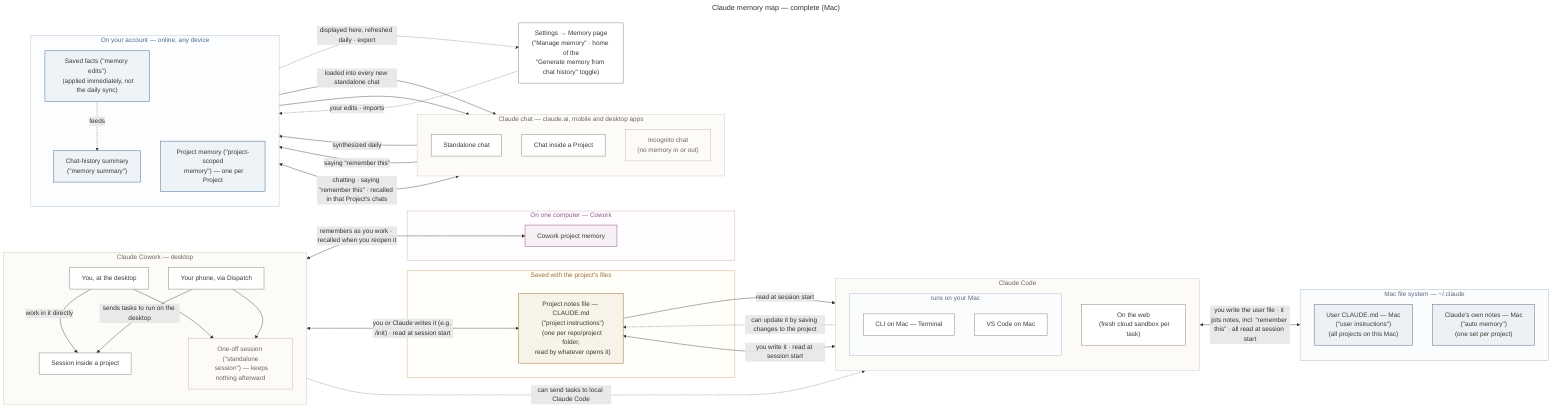
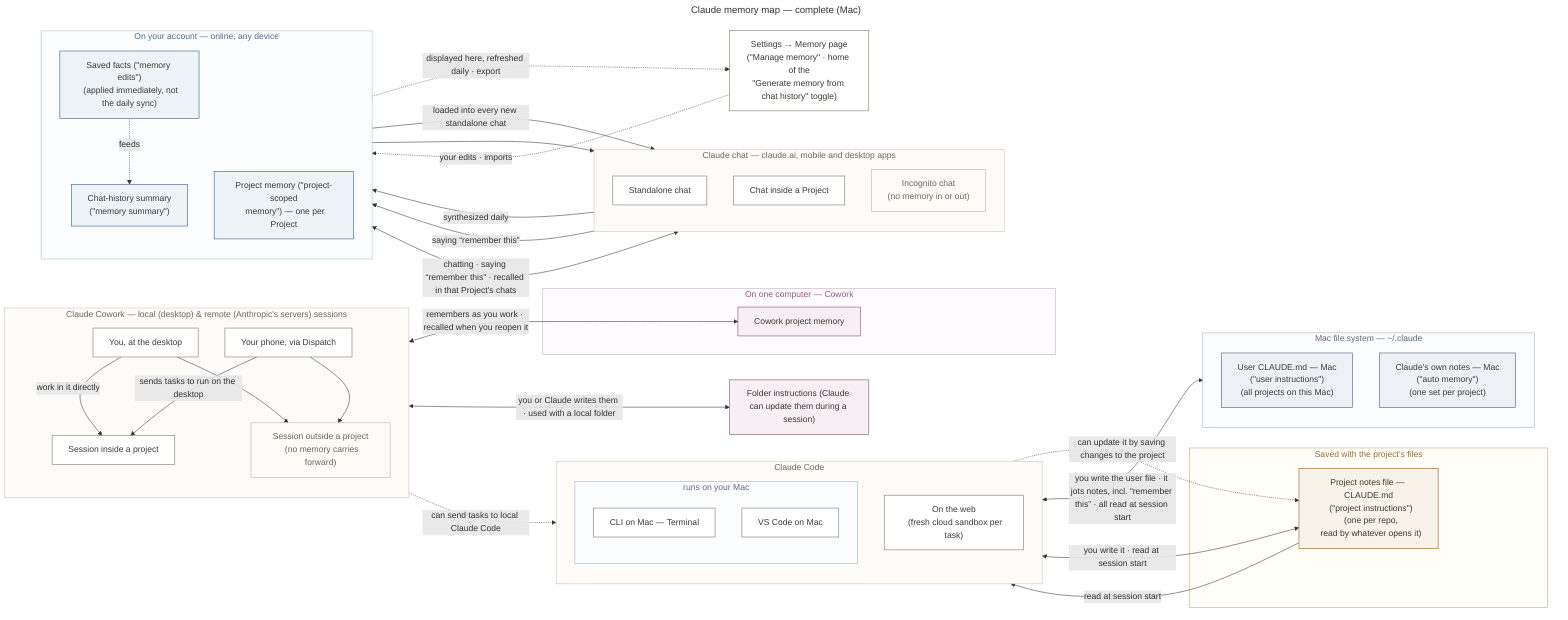
---
title: "Claude memory map — complete (Mac)"
---
flowchart LR

subgraph CHAT["Claude chat — claude.ai, mobile and desktop apps"]
direction TB
  C1["Standalone chat"]
  C2["Chat inside a Project"]
  C3["Incognito chat
  (no memory in or out)"]
end

subgraph ACCT["On your account — online, any device"]
direction TB
  S1["Saved facts (&quot;memory edits&quot;)
  (applied immediately, not the daily sync)"]
  S2["Chat-history summary
  (&quot;memory summary&quot;)"]
  S3["Project memory (&quot;project-scoped
  memory&quot;) — one per Project"]
end

SET["Settings → Memory page
(&quot;Manage memory&quot; · home of the
&quot;Generate memory from chat history&quot; toggle)"]

subgraph CODE["Claude Code"]
direction TB

  subgraph MACSIDE["runs on your Mac"]
  direction TB
    K6["CLI on Mac — Terminal"]
    K7["VS Code on Mac"]
  end

  C5["On the web
  (fresh cloud sandbox per task)"]
end

subgraph REPO["Saved with the project's files"]
  S4["Project notes file — CLAUDE.md
  (&quot;project instructions&quot;)
-   (one per repo/project folder,
+   (one per repo,
  read by whatever opens it)"]
end

subgraph MACFS["Mac file system — ~/.claude"]
direction TB
  M1["User CLAUDE.md — Mac
  (&quot;user instructions&quot;)
  (all projects on this Mac)"]
  M2["Claude's own notes — Mac
  (&quot;auto memory&quot;)
  (one set per project)"]
end

- subgraph CW["Claude Cowork — desktop"]
+ subgraph CW["Claude Cowork — local (desktop) & remote (Anthropic's servers) sessions"]
direction TB
  YOU["You, at the desktop"]
  C8["Your phone, via Dispatch"]
  C6["Session inside a project"]
-   C7["One-off session (&quot;standalone
-   session&quot;) — keeps nothing afterward"]
+   C7["Session outside a project
+   (no memory carries forward)"]
end

subgraph CWLOC["On one computer — Cowork"]
  S7["Cowork project memory"]
end
+ 
+ S9["Folder instructions (Claude can update them during a session)"]

C1 -- "synthesized daily" --> S2
C1 -- "saying “remember this”" --> S1
S1 -. "feeds" .-> S2
S2 -- "loaded into every new standalone chat" --> C1
S1 --> C1
C2 <-- "chatting · saying “remember this” · recalled in that Project's chats" --> S3
S2 -. "displayed here, refreshed daily · export" .-> SET
SET -. "your edits · imports" .-> S1

MACSIDE <-- "you write the user file · it jots notes, incl. “remember this” · all read at session start" --> MACFS
MACSIDE <-- "you write it · read at session start" --> S4

S4 -- "read at session start" --> C5
C5 -. "can update it by saving changes to the project" .-> S4

C6 <-- "remembers as you work · recalled when you reopen it" --> S7
YOU -- "work in it directly" --> C6
YOU --> C7
C8 -- "sends tasks to run on the desktop" --> C6
C8 --> C7

- CW <-- "you or Claude writes it (e.g. /init) · read at session start" --> S4
+ CW <-- "you or Claude writes them · used with a local folder" --> S9

C8 -. "can send tasks to local Claude Code" .-> MACSIDE

classDef ctx fill:#FFFFFF,stroke:#8A8478,stroke-width:1.2px,color:#3D3A34
classDef quiet fill:#FDFBF7,stroke:#B7B1A4,stroke-width:1px,color:#6B675E
classDef acct fill:#EEF3F8,stroke:#4A6B8F,stroke-width:1.2px,color:#3D3A34
classDef repo fill:#F7F3E8,stroke:#9A6F33,stroke-width:1.2px,color:#3D3A34
classDef wsl fill:#EFF5F0,stroke:#54805C,stroke-width:1.2px,color:#3D3A34
classDef win fill:#FBF0EC,stroke:#B06A4F,stroke-width:1.2px,color:#3D3A34
classDef mac fill:#EDF1F5,stroke:#5B6B7F,stroke-width:1.2px,color:#3D3A34
classDef cwloc fill:#F6EFF4,stroke:#8F5C82,stroke-width:1.2px,color:#3D3A34
class C1,C2,K6,K7,C5,C6,C8,YOU,SET ctx
class C3,C7 quiet
class S1,S2,S3 acct
class S4 repo
class M1,M2 mac
- class S7 cwloc
+ class S7,S9 cwloc
style CHAT fill:#FDFBF7,stroke:#C9C3B6,stroke-width:1px,color:#6B675E
style CODE fill:#FDFBF7,stroke:#C9C3B6,stroke-width:1px,color:#6B675E
style CW fill:#FDFBF7,stroke:#C9C3B6,stroke-width:1px,color:#6B675E
style MACSIDE fill:#FBFCFE,stroke:#9FAEBE,stroke-width:1px,color:#5B6B7F
style ACCT fill:#FBFDFF,stroke:#A8BBD1,stroke-width:1px,color:#4A6B8F
style REPO fill:#FFFEF9,stroke:#C9A36B,stroke-width:1px,color:#9A6F33
style MACFS fill:#FBFCFE,stroke:#9FAEBE,stroke-width:1px,color:#5B6B7F
style CWLOC fill:#FEFCFE,stroke:#C2A9BB,stroke-width:1px,color:#8F5C82
